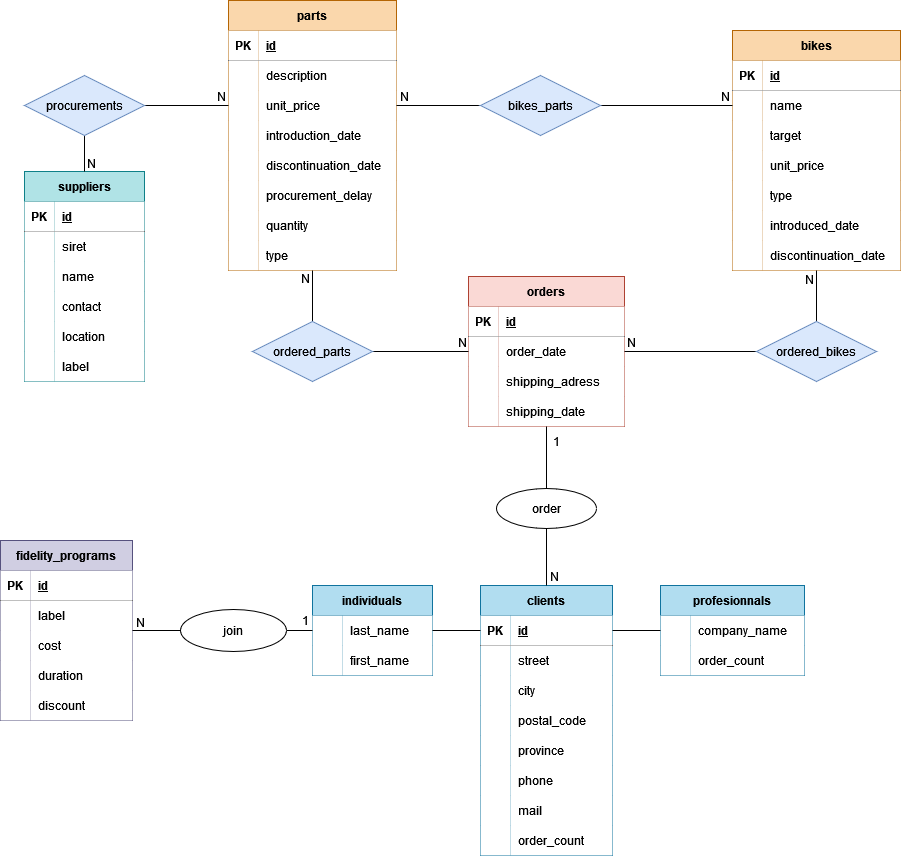
Earlier version of the draw.io export MCD.png (strawhattom/VeloMax). Source tidied: cells renumbered, new cells last; positions are measured from the earlier drawing's top-left corner, leaving out a move shared by most shapes.
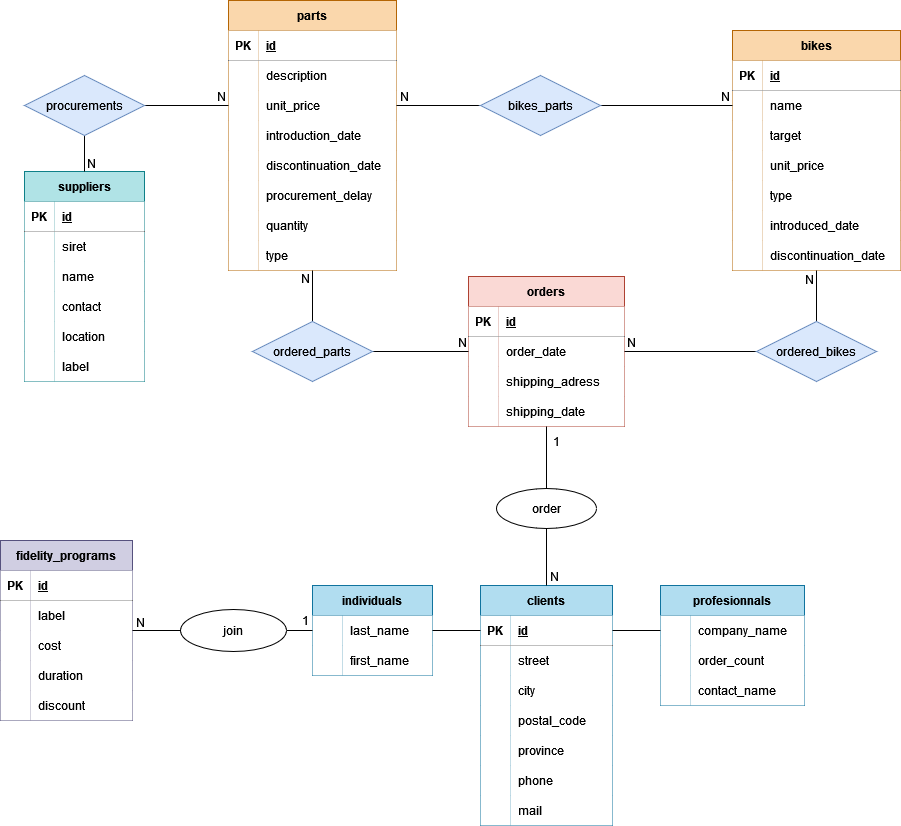
After the commit.

The edit, as a diff of the source:
```diff
@@ -240,7 +240,7 @@
       <mxGeometry x="30" width="138" height="30" as="geometry" />
     </mxCell>
     <mxCell id="81" value="clients" style="shape=table;startSize=30;rowLines=0;fontStyle=1;align=center;fillColor=#b1ddf0;strokeColor=#10739e;" parent="1" vertex="1">
-      <mxGeometry x="480" y="585" width="132" height="270" as="geometry" />
+      <mxGeometry x="480" y="585" width="132" height="240" as="geometry" />
     </mxCell>
     <mxCell id="82" style="shape=tableRow;horizontal=0;startSize=0;swimlaneHead=0;swimlaneBody=0;fillColor=none;points=[[0,0.5],[1,0.5]];portConstraint=eastwest;top=0;left=0;right=0;bottom=1;" parent="81" vertex="1">
       <mxGeometry y="30" width="132" height="30" as="geometry" />
@@ -305,15 +305,6 @@
     <mxCell id="102" value="mail" style="shape=partialRectangle;top=0;left=0;bottom=0;right=0;align=left;spacingLeft=6;overflow=hidden;" parent="100" vertex="1">
       <mxGeometry x="30" width="102" height="30" as="geometry" />
     </mxCell>
-    <mxCell id="103" style="shape=tableRow;horizontal=0;startSize=0;swimlaneHead=0;swimlaneBody=0;fillColor=none;top=0;left=0;right=0;bottom=0;" parent="81" vertex="1">
-      <mxGeometry y="240" width="132" height="30" as="geometry" />
-    </mxCell>
-    <mxCell id="104" style="shape=partialRectangle;top=0;left=0;bottom=0;right=0;overflow=hidden;" parent="103" vertex="1">
-      <mxGeometry width="30" height="30" as="geometry" />
-    </mxCell>
-    <mxCell id="105" value="order_count" style="shape=partialRectangle;top=0;left=0;bottom=0;right=0;align=left;spacingLeft=6;overflow=hidden;" parent="103" vertex="1">
-      <mxGeometry x="30" width="102" height="30" as="geometry" />
-    </mxCell>
     <mxCell id="106" value="fidelity_programs" style="shape=table;startSize=30;rowLines=0;fontStyle=1;align=center;fontFamily=Helvetica;fontSize=12;strokeColor=#56517e;fillColor=#d0cee2;" parent="1" vertex="1">
       <mxGeometry y="540" width="132" height="180" as="geometry" />
     </mxCell>
@@ -464,7 +455,7 @@
       <mxGeometry x="30" width="90" height="30" as="geometry" />
     </mxCell>
     <mxCell id="149" value="profesionnals" style="shape=table;startSize=30;rowLines=0;fontStyle=1;align=center;fillColor=#b1ddf0;strokeColor=#10739e;" parent="1" vertex="1">
-      <mxGeometry x="660" y="585" width="144" height="90" as="geometry" />
+      <mxGeometry x="660" y="585" width="144" height="120" as="geometry" />
     </mxCell>
     <mxCell id="150" style="shape=tableRow;horizontal=0;startSize=0;swimlaneHead=0;swimlaneBody=0;fillColor=none;points=[[0,0.5],[1,0.5]];portConstraint=eastwest;top=0;left=0;right=0;bottom=0;" parent="149" vertex="1">
       <mxGeometry y="30" width="144" height="30" as="geometry" />
@@ -484,6 +475,15 @@
     <mxCell id="155" value="order_count" style="shape=partialRectangle;top=0;left=0;bottom=0;right=0;align=left;spacingLeft=6;overflow=hidden;" parent="153" vertex="1">
       <mxGeometry x="30" width="114" height="30" as="geometry" />
     </mxCell>
+    <mxCell id="168" style="shape=tableRow;horizontal=0;startSize=0;swimlaneHead=0;swimlaneBody=0;fillColor=none;top=0;left=0;right=0;bottom=0;" parent="149" vertex="1">
+      <mxGeometry y="90" width="144" height="30" as="geometry" />
+    </mxCell>
+    <mxCell id="104" style="shape=partialRectangle;top=0;left=0;bottom=0;right=0;overflow=hidden;" parent="168" vertex="1">
+      <mxGeometry width="30" height="30" as="geometry" />
+    </mxCell>
+    <mxCell id="169" value="contact_name" style="shape=partialRectangle;top=0;left=0;bottom=0;right=0;align=left;spacingLeft=6;overflow=hidden;" parent="168" vertex="1">
+      <mxGeometry x="30" width="114" height="30" as="geometry" />
+    </mxCell>
     <mxCell id="156" value="join" style="ellipse;whiteSpace=wrap;html=1;align=center;" parent="1" vertex="1">
       <mxGeometry x="180" y="609" width="106" height="42" as="geometry" />
     </mxCell>
```
